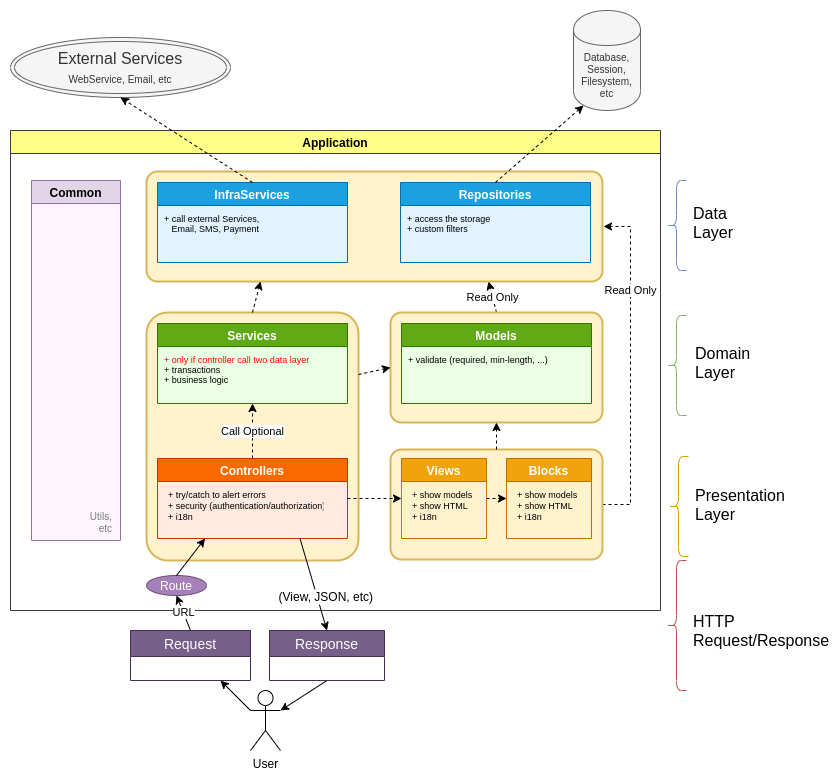
The draw.io diagram docs/architecture/layers.png in winframework/winphp, before a commit. Source tidied: cells renumbered, new cells last; positions are measured from the earlier drawing's top-left corner, leaving out a move shared by most shapes.
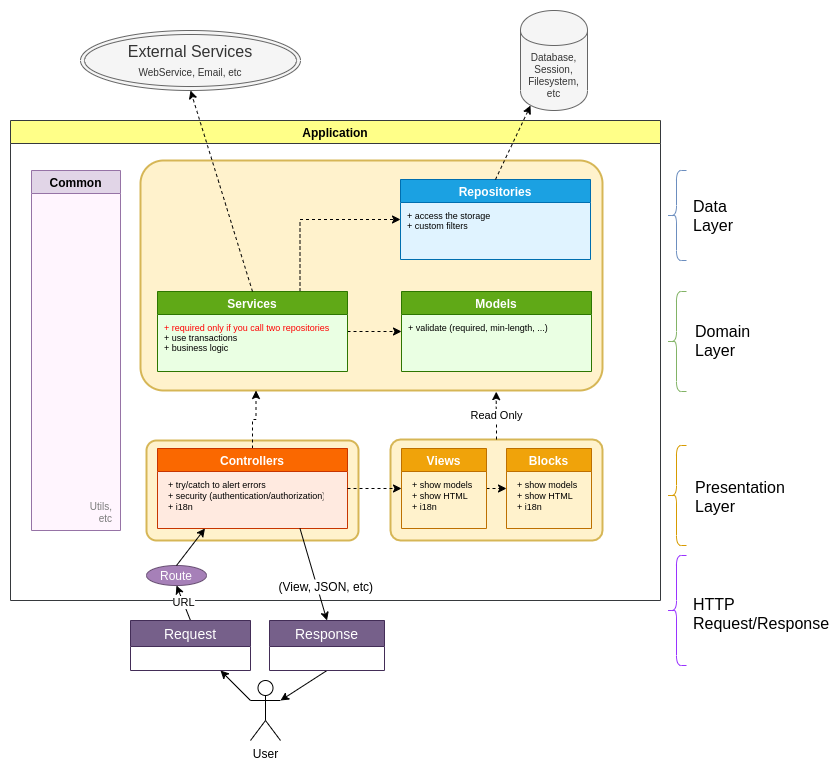
Later version of the same file.

The edit, as a diff of the source:
```diff
@@ -2,12 +2,11 @@
   <root>
     <mxCell id="0" />
     <mxCell id="1" parent="0" />
-    <mxCell id="2" value="Read Only" style="rounded=0;jettySize=auto;html=1;exitX=0.5;exitY=0;exitDx=0;exitDy=0;entryX=0.75;entryY=1;entryDx=0;entryDy=0;dashed=1;" parent="1" edge="1" source="3" target="7">
-      <mxGeometry relative="1" as="geometry" />
+    <mxCell id="2" value="Read" style="rounded=0;jettySize=auto;html=1;exitX=0.5;exitY=0;exitDx=0;exitDy=0;entryX=0.75;entryY=1;entryDx=0;entryDy=0;dashed=1;" parent="1" edge="1" target="7">
+      <mxGeometry relative="1" as="geometry">
+        <mxPoint x="486" y="302" as="sourcePoint" />
+      </mxGeometry>
     </mxCell>
-    <mxCell id="3" style="rounded=1;arcSize=10;strokeColor=#d6b656;fillColor=#fff2cc;strokeWidth=2;align=center;verticalAlign=bottom;fontSize=9;spacingRight=5;fontColor=#B07D4D;" parent="1" vertex="1">
-      <mxGeometry x="380" y="302" width="212" height="110" as="geometry" />
-    </mxCell>
     <mxCell id="4" value="User" style="shape=umlActor;verticalLabelPosition=bottom;labelBackgroundColor=#ffffff;verticalAlign=top;html=1;outlineConnect=0;" parent="1" vertex="1">
       <mxGeometry x="240" y="680" width="30" height="60" as="geometry" />
     </mxCell>
@@ -15,15 +14,15 @@
       <mxGeometry y="120" width="650" height="480" as="geometry" />
     </mxCell>
     <mxCell id="6" style="rounded=1;arcSize=10;strokeWidth=2;strokeColor=#d6b656;fillColor=#fff2cc;verticalAlign=bottom;align=center;fontSize=9;spacingRight=5;fontColor=#B07D4D;" parent="5" vertex="1">
-      <mxGeometry x="136" y="182" width="212" height="248" as="geometry" />
+      <mxGeometry x="136" y="320" width="212" height="100" as="geometry" />
     </mxCell>
     <mxCell id="7" style="rounded=1;arcSize=10;strokeColor=#d6b656;fillColor=#fff2cc;strokeWidth=2;verticalAlign=bottom;align=center;fontColor=#B07D4D;spacingRight=5;fontSize=9;" parent="5" vertex="1">
-      <mxGeometry x="136" y="41" width="456" height="110" as="geometry" />
+      <mxGeometry x="130" y="40" width="462" height="230" as="geometry" />
     </mxCell>
     <mxCell id="8" style="edgeStyle=orthogonalEdgeStyle;rounded=0;orthogonalLoop=1;jettySize=auto;html=1;exitX=1;exitY=0.5;exitDx=0;exitDy=0;entryX=0;entryY=0.5;entryDx=0;entryDy=0;" parent="5" edge="1">
       <mxGeometry relative="1" as="geometry" />
     </mxCell>
-    <mxCell id="9" value="Call Optional" style="edgeStyle=orthogonalEdgeStyle;rounded=0;jettySize=auto;html=1;exitX=0.5;exitY=0;exitDx=0;exitDy=0;entryX=0.5;entryY=1;entryDx=0;entryDy=0;dashed=1;" parent="5" edge="1" source="10" target="21">
+    <mxCell id="9" style="edgeStyle=orthogonalEdgeStyle;rounded=0;jettySize=auto;html=1;exitX=0.5;exitY=0;exitDx=0;exitDy=0;dashed=1;entryX=0.25;entryY=1;entryDx=0;entryDy=0;" parent="5" edge="1" source="10" target="7">
       <mxGeometry relative="1" as="geometry" />
     </mxCell>
     <mxCell id="10" value="Controllers" style="swimlane;startSize=23;fillColor=#fa6800;strokeColor=#C73500;fontColor=#ffffff;swimlaneFillColor=#FFEAE0;" parent="5" vertex="1">
@@ -36,7 +35,7 @@
       <mxGeometry relative="1" as="geometry" />
     </mxCell>
     <mxCell id="13" value="Repositories" style="swimlane;fillColor=#1ba1e2;strokeColor=#006EAF;fontColor=#ffffff;swimlaneFillColor=#E0F3FF;" parent="5" vertex="1">
-      <mxGeometry x="390" y="52" width="190" height="80" as="geometry" />
+      <mxGeometry x="390" y="59" width="190" height="80" as="geometry" />
     </mxCell>
     <mxCell id="14" value="+ access the storage&lt;br&gt;+ custom filters" style="text;html=1;align=left;verticalAlign=top;spacingTop=0;fontSize=9;fontColor=#000000;" parent="13" vertex="1">
       <mxGeometry x="5" y="25" width="100" height="30" as="geometry" />
@@ -60,32 +59,20 @@
         <mxPoint x="525.2" y="260" as="targetPoint" />
       </mxGeometry>
     </mxCell>
-    <mxCell id="20" style="rounded=0;jettySize=auto;html=1;exitX=0.5;exitY=0;exitDx=0;exitDy=0;entryX=0.25;entryY=1;entryDx=0;entryDy=0;dashed=1;" parent="5" edge="1" source="6" target="7">
-      <mxGeometry relative="1" as="geometry" />
-    </mxCell>
+    <mxCell id="59" style="edgeStyle=orthogonalEdgeStyle;rounded=0;jettySize=auto;html=1;entryX=0;entryY=0.5;entryDx=0;entryDy=0;dashed=1;" parent="5" edge="1" source="21" target="33">
+      <mxGeometry relative="1" as="geometry" />
+    </mxCell>
+    <mxCell id="60" style="edgeStyle=orthogonalEdgeStyle;rounded=0;jettySize=auto;html=1;exitX=0.75;exitY=0;exitDx=0;exitDy=0;entryX=0;entryY=0.5;entryDx=0;entryDy=0;dashed=1;" parent="5" edge="1" source="21" target="13">
+      <mxGeometry relative="1" as="geometry" />
+    </mxCell>
     <mxCell id="21" value="Services" style="swimlane;startSize=23;fillColor=#60a917;strokeColor=#2D7600;fontColor=#ffffff;swimlaneFillColor=#EAFFE3;" parent="5" vertex="1">
-      <mxGeometry x="147" y="193" width="190" height="80" as="geometry" />
+      <mxGeometry x="147" y="171" width="190" height="80" as="geometry" />
     </mxCell>
-    <mxCell id="22" value="&lt;font style=&quot;font-size: 9px&quot;&gt;&lt;font style=&quot;font-size: 9px&quot; color=&quot;#ff0303&quot;&gt;+ only if controller call two data layer&lt;br style=&quot;font-size: 9px&quot;&gt;&lt;/font&gt;+ transactions&lt;br style=&quot;font-size: 9px&quot;&gt;+ business logic&lt;br&gt;&lt;/font&gt;" style="text;html=1;align=left;verticalAlign=top;spacingTop=0;horizontal=1;fontSize=9;spacing=2;" parent="21" vertex="1">
-      <mxGeometry x="5" y="25" width="160" height="40" as="geometry" />
+    <mxCell id="22" value="&lt;font style=&quot;font-size: 9px&quot;&gt;&lt;font style=&quot;font-size: 9px&quot; color=&quot;#ff0303&quot;&gt;+ required only if you call two repositories&lt;br style=&quot;font-size: 9px&quot;&gt;&lt;/font&gt;+ use transactions&lt;br style=&quot;font-size: 9px&quot;&gt;+ business logic&lt;br&gt;&lt;/font&gt;" style="text;html=1;align=left;verticalAlign=top;spacingTop=0;horizontal=1;fontSize=9;spacing=2;" parent="21" vertex="1">
+      <mxGeometry x="5" y="25" width="180" height="40" as="geometry" />
     </mxCell>
-    <mxCell id="23" value="InfraServices" style="swimlane;startSize=23;fillColor=#1ba1e2;strokeColor=#006EAF;fontColor=#ffffff;swimlaneFillColor=#E0F3FF;" parent="5" vertex="1">
-      <mxGeometry x="147" y="52" width="190" height="80" as="geometry" />
-    </mxCell>
-    <mxCell id="24" value="+ call external Services,&lt;br&gt;&amp;nbsp; &amp;nbsp;Email, SMS, Payment" style="text;html=1;align=left;verticalAlign=top;spacingTop=0;fontSize=9;fontColor=#000000;" parent="23" vertex="1">
-      <mxGeometry x="5" y="25" width="110" height="30" as="geometry" />
-    </mxCell>
-    <mxCell id="25" value="Read Only" style="edgeStyle=orthogonalEdgeStyle;rounded=0;jettySize=auto;html=1;exitX=1;exitY=0.5;exitDx=0;exitDy=0;dashed=1;" parent="5" edge="1" source="26">
-      <mxGeometry x="0.45" relative="1" as="geometry">
-        <mxPoint x="593" y="96" as="targetPoint" />
-        <Array as="points">
-          <mxPoint x="620" y="374" />
-          <mxPoint x="620" y="96" />
-        </Array>
-      </mxGeometry>
-    </mxCell>
     <mxCell id="26" style="rounded=1;arcSize=10;strokeColor=#d6b656;fillColor=#fff2cc;strokeWidth=2;align=center;verticalAlign=bottom;fontColor=#B07D4D;fontSize=9;spacingRight=5;" parent="5" vertex="1">
-      <mxGeometry x="380" y="319" width="212" height="110" as="geometry" />
+      <mxGeometry x="380" y="319" width="212" height="101" as="geometry" />
     </mxCell>
     <mxCell id="27" value="Blocks" style="swimlane;startSize=23;fillColor=#f0a30a;strokeColor=#BD7000;fontColor=#ffffff;" parent="5" vertex="1">
       <mxGeometry x="496" y="328" width="85" height="80" as="geometry" />
@@ -106,7 +93,7 @@
       <mxGeometry relative="1" as="geometry" />
     </mxCell>
     <mxCell id="33" value="Models" style="swimlane;startSize=23;fillColor=#60a917;strokeColor=#2D7600;fontColor=#ffffff;swimlaneFillColor=#EAFFE3;" parent="5" vertex="1">
-      <mxGeometry x="391" y="193" width="190" height="80" as="geometry" />
+      <mxGeometry x="391" y="171" width="190" height="80" as="geometry" />
     </mxCell>
     <mxCell id="34" value="+ validate (required, min-length, ...)" style="text;html=1;align=left;verticalAlign=top;spacingTop=0;fontSize=9;fontColor=#000000;" parent="33" vertex="1">
       <mxGeometry x="5" y="25" width="160" height="20" as="geometry" />
@@ -117,41 +104,44 @@
     <mxCell id="36" style="endArrow=classic;html=1;exitX=0.5;exitY=0;exitDx=0;exitDy=0;entryX=0.25;entryY=1;entryDx=0;entryDy=0;" parent="5" edge="1" source="35" target="10">
       <mxGeometry relative="1" as="geometry" />
     </mxCell>
+    <mxCell id="53" value="Read Only" style="edgeStyle=orthogonalEdgeStyle;rounded=0;jettySize=auto;html=1;exitX=0.5;exitY=0;exitDx=0;exitDy=0;dashed=1;entryX=0.77;entryY=1.005;entryDx=0;entryDy=0;entryPerimeter=0;" parent="5" edge="1" source="26" target="7">
+      <mxGeometry relative="1" as="geometry" />
+    </mxCell>
     <mxCell id="37" style="endArrow=classic;html=1;entryX=0.75;entryY=1;entryDx=0;entryDy=0;exitX=0;exitY=0.3333333333333333;exitDx=0;exitDy=0;exitPerimeter=0;" parent="1" edge="1" source="4" target="57">
       <mxGeometry relative="1" as="geometry" />
     </mxCell>
     <mxCell id="38" value="Database,&lt;br style=&quot;font-size: 10px;&quot;&gt;Session,&lt;br style=&quot;font-size: 10px;&quot;&gt;Filesystem,&lt;br style=&quot;font-size: 10px;&quot;&gt;etc" style="shape=cylinder;whiteSpace=wrap;html=1;boundedLbl=1;backgroundOutline=1;fontSize=10;fontColor=#333333;fillColor=#f5f5f5;strokeColor=#666666;" parent="1" vertex="1">
-      <mxGeometry x="563" width="67" height="100" as="geometry" />
+      <mxGeometry x="510" y="10" width="67" height="100" as="geometry" />
     </mxCell>
     <mxCell id="39" style="shape=curlyBracket;whiteSpace=wrap;html=1;rounded=1;gradientColor=#7ea6e0;fillColor=#dae8fc;strokeColor=#6c8ebf;" parent="1" vertex="1">
       <mxGeometry x="656" y="170" width="20" height="90" as="geometry" />
     </mxCell>
     <mxCell id="40" style="shape=curlyBracket;whiteSpace=wrap;html=1;rounded=1;gradientColor=#97d077;fillColor=#d5e8d4;strokeColor=#82b366;" parent="1" vertex="1">
-      <mxGeometry x="656" y="305" width="20" height="100" as="geometry" />
+      <mxGeometry x="656" y="291" width="20" height="100" as="geometry" />
     </mxCell>
     <mxCell id="41" style="shape=curlyBracket;whiteSpace=wrap;html=1;rounded=1;gradientColor=#ffa500;fillColor=#ffcd28;strokeColor=#d79b00;" parent="1" vertex="1">
-      <mxGeometry x="658" y="446" width="20" height="100" as="geometry" />
+      <mxGeometry x="656" y="445" width="20" height="100" as="geometry" />
     </mxCell>
     <mxCell id="42" value="&lt;font style=&quot;font-size: 16px;&quot;&gt;Data Layer&lt;/font&gt;" style="text;html=1;strokeColor=none;fillColor=none;align=left;verticalAlign=middle;whiteSpace=wrap;rounded=0;fontSize=16;" parent="1" vertex="1">
-      <mxGeometry x="681" y="202.4" width="40" height="20" as="geometry" />
+      <mxGeometry x="681" y="205.4" width="40" height="20" as="geometry" />
     </mxCell>
     <mxCell id="43" value="&lt;font style=&quot;font-size: 16px;&quot;&gt;Domain&lt;br style=&quot;font-size: 16px;&quot;&gt;Layer&lt;br style=&quot;font-size: 16px;&quot;&gt;&lt;/font&gt;" style="text;html=1;strokeColor=none;fillColor=none;align=left;verticalAlign=middle;whiteSpace=wrap;rounded=0;fontSize=16;" parent="1" vertex="1">
-      <mxGeometry x="683" y="342.4" width="40" height="20" as="geometry" />
+      <mxGeometry x="683" y="330.4" width="40" height="20" as="geometry" />
     </mxCell>
     <mxCell id="44" value="&lt;font style=&quot;font-size: 16px;&quot;&gt;Presentation&lt;br style=&quot;font-size: 16px;&quot;&gt;Layer&lt;br style=&quot;font-size: 16px;&quot;&gt;&lt;/font&gt;" style="text;html=1;strokeColor=none;fillColor=none;align=left;verticalAlign=middle;whiteSpace=wrap;rounded=0;horizontal=1;fontSize=16;" parent="1" vertex="1">
-      <mxGeometry x="683" y="484.4" width="40" height="20" as="geometry" />
+      <mxGeometry x="683" y="486.4" width="40" height="20" as="geometry" />
     </mxCell>
     <mxCell id="45" style="endArrow=classic;html=1;entryX=0.15;entryY=0.95;entryDx=0;entryDy=0;exitX=0.5;exitY=0;exitDx=0;exitDy=0;entryPerimeter=0;dashed=1;" parent="1" edge="1" source="13" target="38">
       <mxGeometry relative="1" as="geometry" />
     </mxCell>
-    <mxCell id="46" style="shape=curlyBracket;whiteSpace=wrap;html=1;rounded=1;fillColor=#f8cecc;strokeColor=#b85450;" parent="1" vertex="1">
-      <mxGeometry x="656" y="550" width="20" height="130" as="geometry" />
+    <mxCell id="46" style="shape=curlyBracket;whiteSpace=wrap;html=1;rounded=1;fillColor=#f8cecc;strokeColor=#9933FF;" parent="1" vertex="1">
+      <mxGeometry x="656" y="555" width="20" height="110" as="geometry" />
     </mxCell>
     <mxCell id="47" value="&lt;font style=&quot;font-size: 16px&quot;&gt;HTTP Request/Response&lt;br style=&quot;font-size: 16px&quot;&gt;&lt;/font&gt;" style="text;html=1;strokeColor=none;fillColor=none;align=left;verticalAlign=middle;whiteSpace=wrap;rounded=0;horizontal=1;fontSize=16;" parent="1" vertex="1">
-      <mxGeometry x="681" y="604.5" width="98" height="31" as="geometry" />
+      <mxGeometry x="681" y="597.5" width="98" height="31" as="geometry" />
     </mxCell>
     <mxCell id="48" value="External Services&lt;br&gt;&lt;font style=&quot;font-size: 10px&quot;&gt;WebService, Email, etc&lt;/font&gt;" style="ellipse;shape=doubleEllipse;whiteSpace=wrap;html=1;labelBackgroundColor=none;fillColor=#f5f5f5;fontSize=16;fontColor=#333333;align=center;strokeColor=#666666;" parent="1" vertex="1">
-      <mxGeometry y="27" width="220" height="60" as="geometry" />
+      <mxGeometry x="70" y="30" width="220" height="60" as="geometry" />
     </mxCell>
     <mxCell id="49" style="edgeStyle=orthogonalEdgeStyle;rounded=0;orthogonalLoop=1;jettySize=auto;html=1;exitX=0.5;exitY=0;exitDx=0;exitDy=0;endArrow=classic;endFill=0;strokeColor=#7A7A7A;" parent="1" edge="1">
       <mxGeometry relative="1" as="geometry">
@@ -164,15 +154,9 @@
     <mxCell id="51" style="endArrow=classic;html=1;entryX=1;entryY=0.3333333333333333;entryDx=0;entryDy=0;entryPerimeter=0;exitX=0.5;exitY=1;exitDx=0;exitDy=0;" parent="1" edge="1" source="58" target="4">
       <mxGeometry relative="1" as="geometry" />
     </mxCell>
-    <mxCell id="52" style="endArrow=classic;html=1;entryX=0.5;entryY=1;entryDx=0;entryDy=0;exitX=0.5;exitY=0;exitDx=0;exitDy=0;dashed=1;" parent="1" edge="1" source="23" target="48">
+    <mxCell id="52" style="endArrow=classic;html=1;entryX=0.5;entryY=1;entryDx=0;entryDy=0;exitX=0.5;exitY=0;exitDx=0;exitDy=0;dashed=1;" parent="1" edge="1" source="21" target="48">
       <mxGeometry relative="1" as="geometry" />
     </mxCell>
-    <mxCell id="53" value="&lt;br&gt;" style="edgeStyle=orthogonalEdgeStyle;rounded=0;jettySize=auto;html=1;exitX=0.5;exitY=0;exitDx=0;exitDy=0;dashed=1;entryX=0.5;entryY=1;entryDx=0;entryDy=0;" parent="1" edge="1" source="26" target="3">
-      <mxGeometry relative="1" as="geometry" />
-    </mxCell>
-    <mxCell id="54" style="rounded=0;jettySize=auto;html=1;exitX=1;exitY=0.25;exitDx=0;exitDy=0;entryX=0;entryY=0.5;entryDx=0;entryDy=0;dashed=1;" parent="1" edge="1" source="6" target="3">
-      <mxGeometry relative="1" as="geometry" />
-    </mxCell>
     <mxCell id="55" value="URL" style="endArrow=classic;html=1;exitX=0.5;exitY=0;exitDx=0;exitDy=0;entryX=0.5;entryY=1;entryDx=0;entryDy=0;" parent="1" edge="1" source="57" target="35">
       <mxGeometry relative="1" as="geometry" />
     </mxCell>
```
